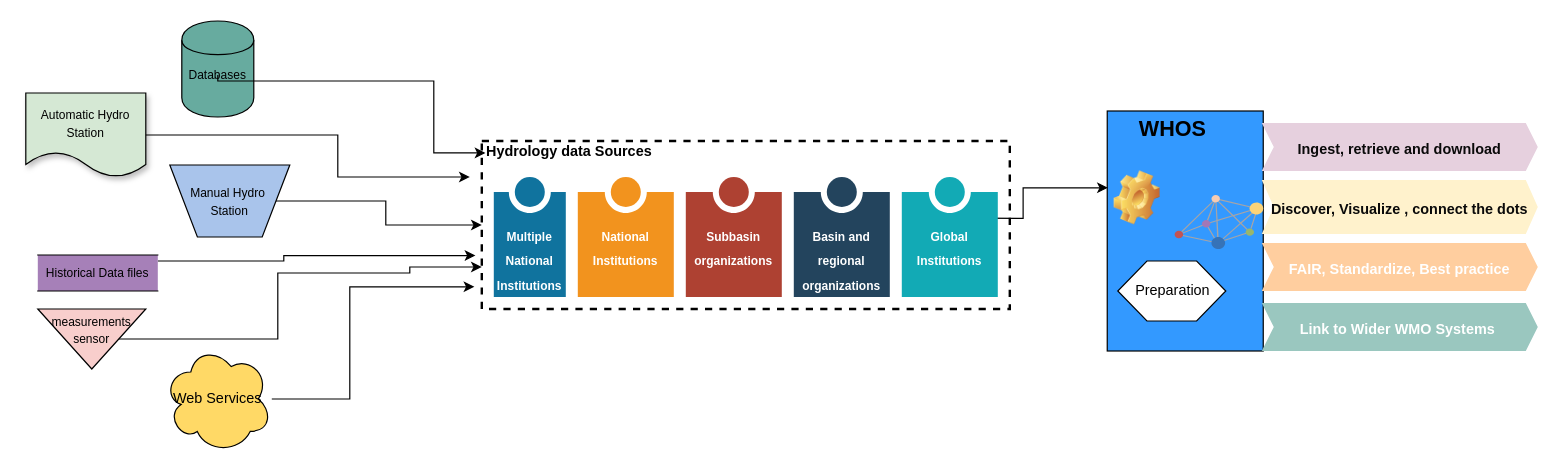
Above: page "WHOS data sources" (3 of 10) of whos-architecture/WHOS New.drawio in wmo-im/tt-w4h (draw.io), before the change. Source tidied: cells renumbered, new cells numbered last; positions are measured from the earlier drawing's top-left corner, leaving out a move shared by most shapes. Both pictures are drawn from the tidied source at 120%, with x=0, y=0 at pixel (25, 20).
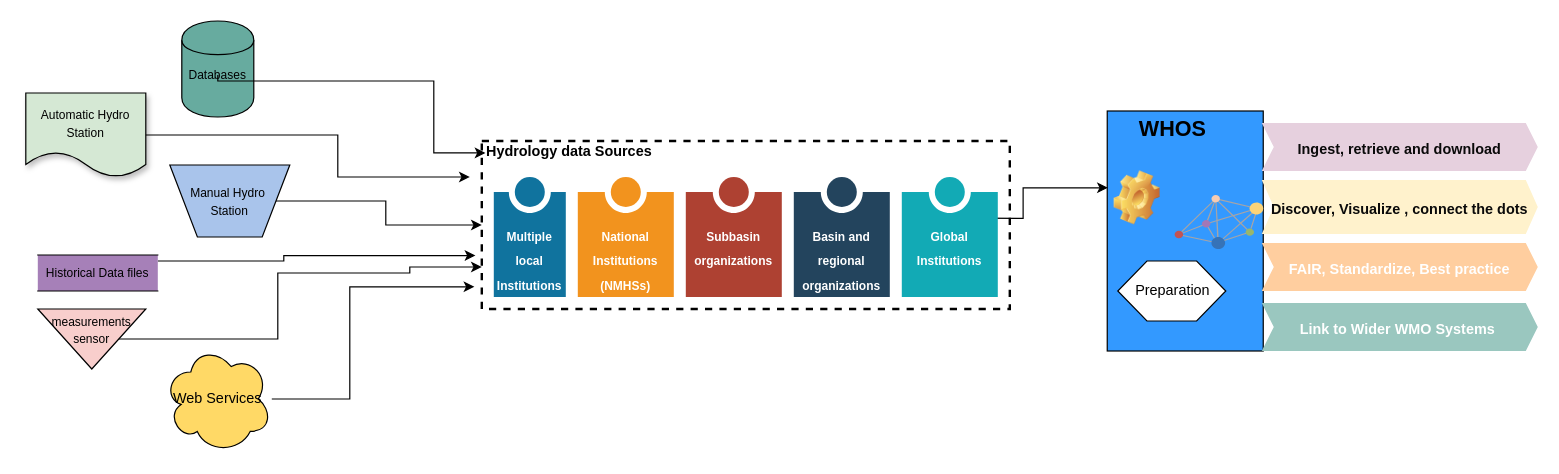
Above is the later version.

Diff of the diagram source:
```diff
@@
-    <mxCell id="18" value="&lt;font style=&quot;font-size: 10px;&quot;&gt;Multiple National Institutions&lt;/font&gt;" style="verticalLabelPosition=middle;verticalAlign=top;html=1;shape=mxgraph.infographic.numberedEntryVert;dy=25;strokeColor=none;fontSize=17;fontColor=#FFFFFF;align=center;labelPosition=center;spacingTop=32;fontStyle=1;whiteSpace=wrap;fillColor=#10739E;" parent="1" vertex="1">
+    <mxCell id="18" value="&lt;font style=&quot;font-size: 10px;&quot;&gt;Multiple local Institutions&lt;/font&gt;" style="verticalLabelPosition=middle;verticalAlign=top;html=1;shape=mxgraph.infographic.numberedEntryVert;dy=25;strokeColor=none;fontSize=17;fontColor=#FFFFFF;align=center;labelPosition=center;spacingTop=32;fontStyle=1;whiteSpace=wrap;fillColor=#10739E;" parent="1" vertex="1">
       <mxGeometry x="390" y="130" width="60" height="100" as="geometry" />
     </mxCell>
-    <mxCell id="19" value="&lt;span style=&quot;font-size: 10px;&quot;&gt;National Institutions&lt;/span&gt;" style="verticalLabelPosition=middle;verticalAlign=top;html=1;shape=mxgraph.infographic.numberedEntryVert;dy=25;strokeColor=none;fontSize=17;fontColor=#FFFFFF;align=center;labelPosition=center;spacingTop=32;fontStyle=1;whiteSpace=wrap;fillColor=#F2931E;" parent="1" vertex="1">
+    <mxCell id="19" value="&lt;span style=&quot;font-size: 10px;&quot;&gt;National Institutions (NMHSs)&lt;/span&gt;" style="verticalLabelPosition=middle;verticalAlign=top;html=1;shape=mxgraph.infographic.numberedEntryVert;dy=25;strokeColor=none;fontSize=17;fontColor=#FFFFFF;align=center;labelPosition=center;spacingTop=32;fontStyle=1;whiteSpace=wrap;fillColor=#F2931E;" parent="1" vertex="1">
       <mxGeometry x="460" y="130" width="80" height="100" as="geometry" />
     </mxCell>
```
